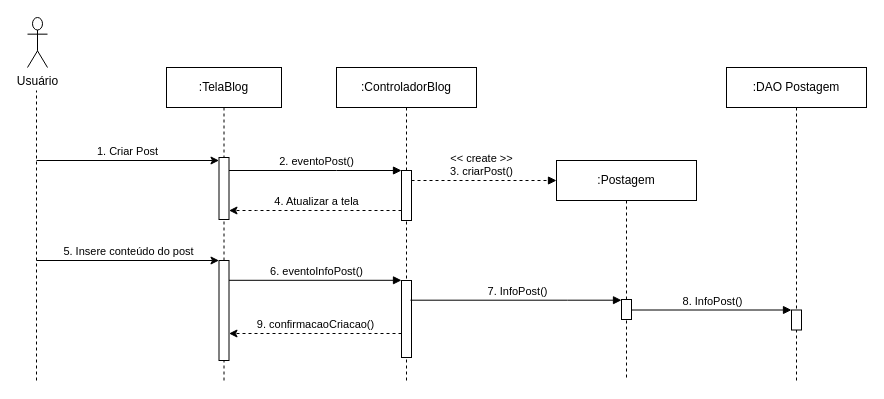
Earlier version of the draw.io diagram src/drawio/Criar-Publicacao.drawio (Hatz-D/Litoral-Puro-RJ). Source tidied: cells renumbered, new cells numbered last; positions are measured from the earlier drawing's top-left corner, leaving out a move shared by most shapes. Both pictures are drawn from the tidied source at 100%, with x=0, y=0 at pixel (27, 17).
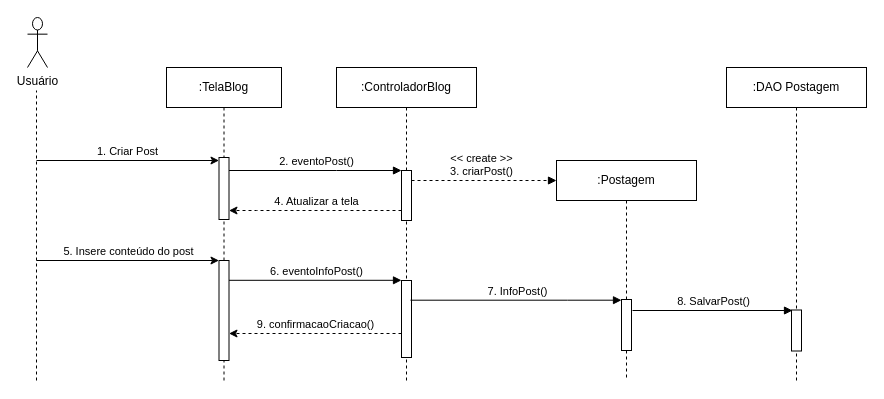
The same page after the edit.

Unchanged cells that the change refers to:
```xml
<mxCell id="12" value=":Postagem" style="shape=umlLifeline;perimeter=lifelinePerimeter;whiteSpace=wrap;html=1;newEdgeStyle={&quot;edgeStyle&quot;:&quot;elbowEdgeStyle&quot;,&quot;elbow&quot;:&quot;vertical&quot;,&quot;curved&quot;:0,&quot;rounded&quot;:0};" parent="1" vertex="1">
  <mxGeometry x="529" y="143" width="140" height="220" as="geometry" />
</mxCell>
<mxCell id="24" value=":DAO Postagem" style="shape=umlLifeline;perimeter=lifelinePerimeter;whiteSpace=wrap;html=1;newEdgeStyle={&quot;edgeStyle&quot;:&quot;elbowEdgeStyle&quot;,&quot;elbow&quot;:&quot;vertical&quot;,&quot;curved&quot;:0,&quot;rounded&quot;:0};" parent="1" vertex="1">
  <mxGeometry x="699" y="50" width="140" height="313" as="geometry" />
</mxCell>
```

The edit, as a diff of the source:
```diff
@@
     <mxCell id="13" style="html=1;points=[];perimeter=orthogonalPerimeter;outlineConnect=0;targetShapes=umlLifeline;portConstraint=eastwest;newEdgeStyle={&quot;edgeStyle&quot;:&quot;elbowEdgeStyle&quot;,&quot;elbow&quot;:&quot;vertical&quot;,&quot;curved&quot;:0,&quot;rounded&quot;:0};" parent="12" vertex="1">
-      <mxGeometry x="65" y="139" width="10" height="20" as="geometry" />
+      <mxGeometry x="65" y="139" width="10" height="51" as="geometry" />
     </mxCell>
@@
     <mxCell id="25" style="html=1;points=[];perimeter=orthogonalPerimeter;outlineConnect=0;targetShapes=umlLifeline;portConstraint=eastwest;newEdgeStyle={&quot;edgeStyle&quot;:&quot;elbowEdgeStyle&quot;,&quot;elbow&quot;:&quot;vertical&quot;,&quot;curved&quot;:0,&quot;rounded&quot;:0};" parent="24" vertex="1">
-      <mxGeometry x="65" y="242.5" width="10" height="20" as="geometry" />
+      <mxGeometry x="65" y="242.5" width="10" height="41" as="geometry" />
     </mxCell>
-    <mxCell id="26" value="8. InfoPost()" style="html=1;verticalAlign=bottom;endArrow=block;edgeStyle=elbowEdgeStyle;elbow=vertical;curved=0;rounded=0;" parent="1" edge="1" source="13" target="25">
+    <mxCell id="26" value="8. SalvarPost()" style="html=1;verticalAlign=bottom;endArrow=block;edgeStyle=elbowEdgeStyle;elbow=vertical;curved=0;rounded=0;" parent="1" edge="1">
       <mxGeometry x="0.01" relative="1" as="geometry">
-        <Array as="points">
-          <mxPoint x="766" y="292.5" />
-        </Array>
+        <mxPoint x="605" y="293" as="sourcePoint" />
+        <mxPoint x="765" y="292.8" as="targetPoint" />
       </mxGeometry>
     </mxCell>
```
